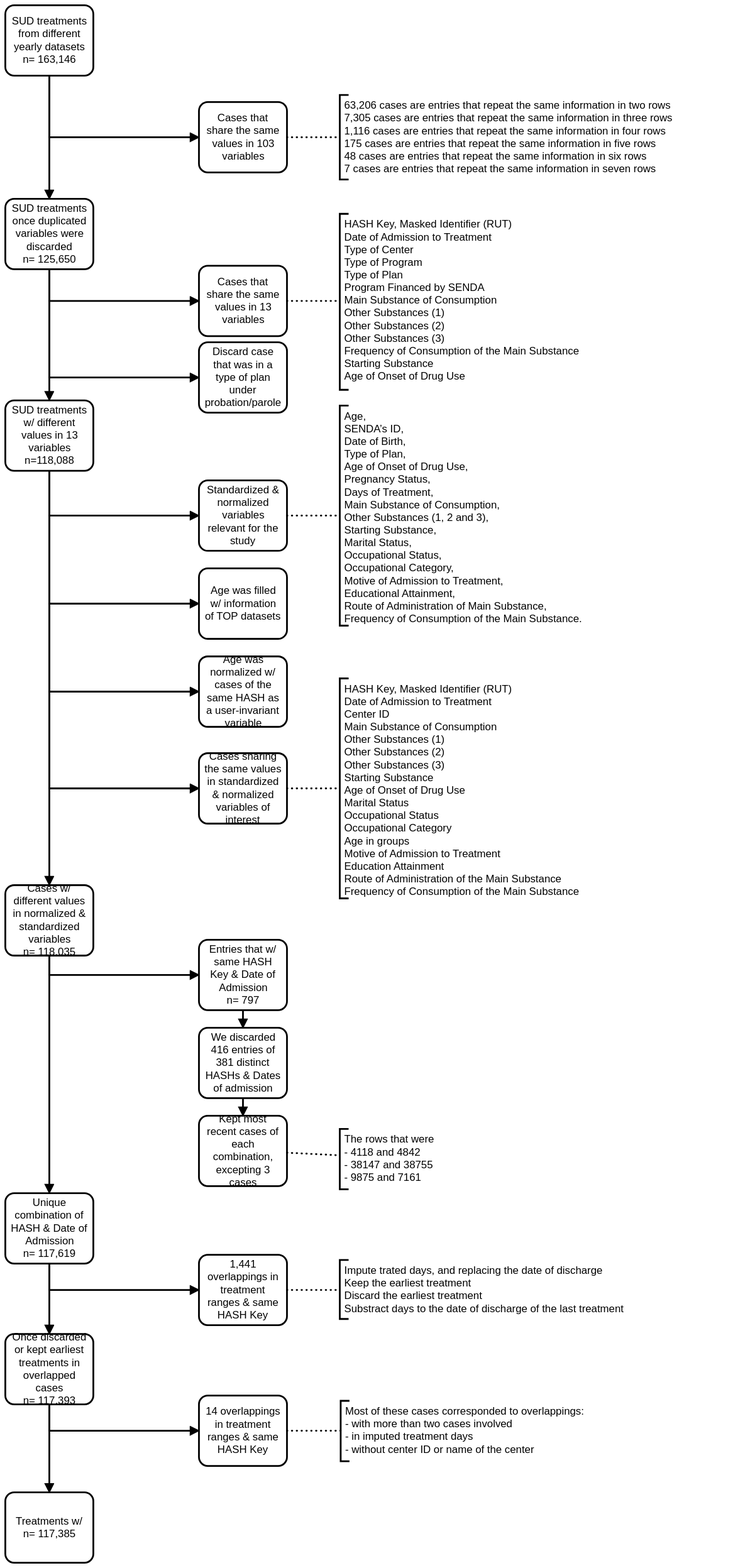
Before: Figures/Diagram_STROBE.svg, a diagram exported from BPMN (FONDECYTACC/SUD_health_Chile.github.io). Its source is kept beside it as Figures/Diagram_STROBE.bpmn. Ids are renumbered.
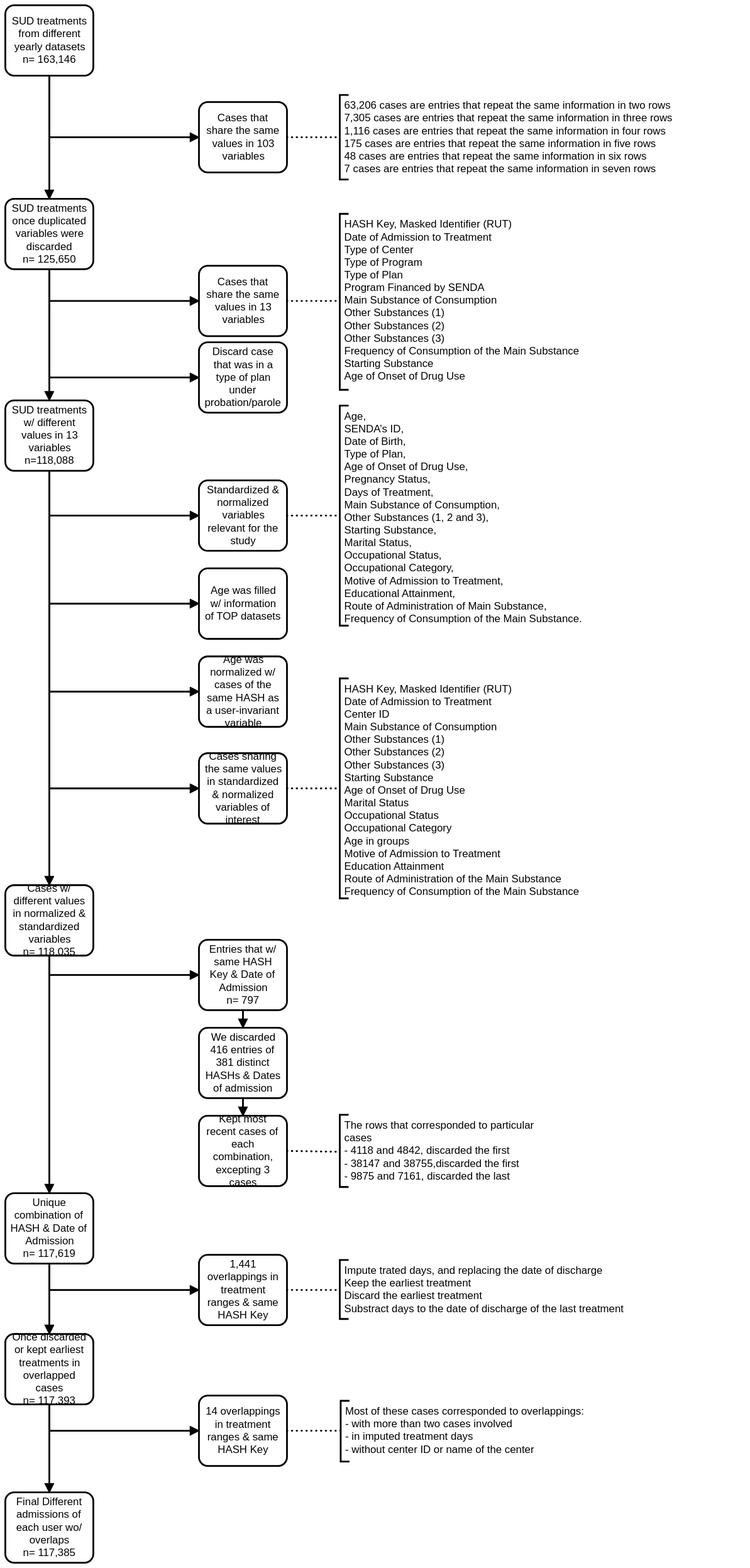
Above is the later version.

What changed in the source:
```diff
@@ -1,4 +1,4 @@
-<bpmn:definitions xmlns:xsi="http://www.w3.org/2001/XMLSchema-instance" xmlns:bpmn="http://www.omg.org/spec/BPMN/20100524/MODEL" xmlns:bpmndi="http://www.omg.org/spec/BPMN/20100524/DI" xmlns:dc="http://www.omg.org/spec/DD/20100524/DC" xmlns:di="http://www.omg.org/spec/DD/20100524/DI" id="Definitions_n1" targetNamespace="http://bpmn.io/schema/bpmn" exporter="bpmn-js (https://demo.bpmn.io)" exporterVersion="6.3.1">
+<bpmn:definitions xmlns:xsi="http://www.w3.org/2001/XMLSchema-instance" xmlns:bpmn="http://www.omg.org/spec/BPMN/20100524/MODEL" xmlns:bpmndi="http://www.omg.org/spec/BPMN/20100524/DI" xmlns:dc="http://www.omg.org/spec/DD/20100524/DC" xmlns:di="http://www.omg.org/spec/DD/20100524/DI" id="Definitions_n1" targetNamespace="http://bpmn.io/schema/bpmn" exporter="bpmn-js (https://demo.bpmn.io)" exporterVersion="6.3.3">
   <bpmn:process id="Process_n2" isExecutable="false">
     <bpmn:task id="Activity_n3" name="SUD treatments from different yearly datasets&#10;n= 163,146">
       <bpmn:outgoing>Flow_n4</bpmn:outgoing>
@@ -84,7 +84,7 @@
     </bpmn:task>
     <bpmn:sequenceFlow id="Flow_n27" sourceRef="Activity_n26" targetRef="Activity_n37" />
     <bpmn:sequenceFlow id="Flow_n28" sourceRef="Activity_n26" targetRef="Activity_n34" />
-    <bpmn:task id="Activity_n38" name="Treatments w/&#10;n= 117,385">
+    <bpmn:task id="Activity_n38" name="Final Different admissions of each user wo/ overlaps&#10;n= 117,385">
       <bpmn:incoming>Flow_n35</bpmn:incoming>
     </bpmn:task>
     <bpmn:sequenceFlow id="Flow_n35" sourceRef="Activity_n34" targetRef="Activity_n38" />
@@ -158,10 +158,10 @@
     </bpmn:textAnnotation>
     <bpmn:association id="Association_n47" sourceRef="Activity_n25" targetRef="TextAnnotation_n46" />
     <bpmn:textAnnotation id="TextAnnotation_n48">
-      <bpmn:text>The rows that were
-- 4118 and 4842
-- 38147 and 38755
-- 9875 and 7161</bpmn:text>
+      <bpmn:text>The rows that corresponded to particular cases
+- 4118 and 4842, discarded the first
+- 38147 and 38755,discarded the first
+- 9875 and 7161, discarded the last</bpmn:text>
     </bpmn:textAnnotation>
     <bpmn:association id="Association_n49" sourceRef="Activity_n33" targetRef="TextAnnotation_n48" />
     <bpmn:textAnnotation id="TextAnnotation_n50">
@@ -319,11 +319,11 @@
         <di:waypoint x="430" y="1342" />
       </bpmndi:BPMNEdge>
       <bpmndi:BPMNShape id="TextAnnotation_n48_di" bpmnElement="TextAnnotation_n48">
-        <dc:Bounds x="540" y="1357" width="229.99612136832442" height="68.64360241625481" />
+        <dc:Bounds x="540" y="1341" width="230" height="82" />
       </bpmndi:BPMNShape>
       <bpmndi:BPMNEdge id="Association_n49_di" bpmnElement="Association_n49">
-        <di:waypoint x="480" y="1384" />
-        <di:waypoint x="540" y="1387" />
+        <di:waypoint x="480" y="1382" />
+        <di:waypoint x="540" y="1383" />
       </bpmndi:BPMNEdge>
       <bpmndi:BPMNShape id="Activity_n34_di" bpmnElement="Activity_n34">
         <dc:Bounds x="160" y="1590" width="100" height="80" />
```
